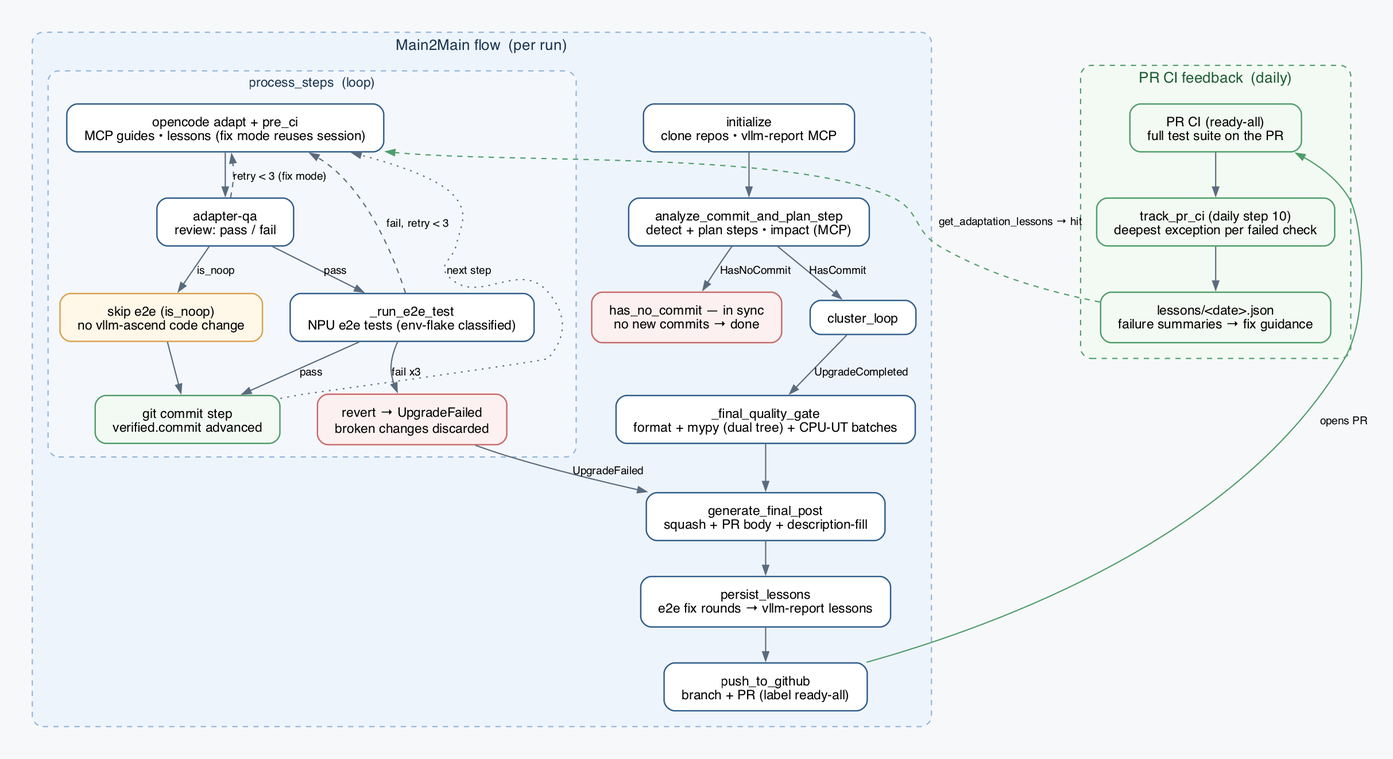
The Graphviz diagram docs/images/workflow.png in vllm-ascend/main2main_flow, before a commit. Its source is kept beside it as docs/images/workflow.dot. Source of this version:
```dot
digraph main2main_flow {
  rankdir=TB;
  bgcolor="#f7f8fa";
  fontname="Helvetica";
  pad=0.4; nodesep=0.45; ranksep=0.55;

  node [shape=box, style="rounded,filled", fontname="Helvetica",
        fontsize=15, color="#2f5d8a", fillcolor="#ffffff", penwidth=1.6,
        margin="0.28,0.16"];
  edge [fontname="Helvetica", fontsize=12.5, color="#5a6b7d", penwidth=1.4];

  subgraph cluster_main {
    label="Main2Main flow  (per run)";
    labelloc=t; fontsize=17; fontcolor="#1a3550";
    style="rounded,dashed"; color="#8fb4d9"; penwidth=1.4; bgcolor="#eef4fb";
    margin=18;

    init   [label="initialize\nclone repos • vllm-report MCP"];
    analyze [label="analyze_commit_and_plan_step\ndetect + plan steps • impact (MCP)"];
    nocommit [label="has_no_commit — in sync\nno new commits → done",
              fillcolor="#fdf0f0", color="#c96a6a"];

    subgraph cluster_loop {
      label="process_steps  (loop)";
      labelloc=t; fontsize=15; fontcolor="#1a3550";
      style="rounded,dashed"; color="#8fb4d9"; bgcolor="#f4f8fd"; margin=14;

      adapter [label="opencode adapt + pre_ci\nMCP guides • lessons (fix mode reuses session)"];
      qa      [label="adapter-qa\nreview: pass / fail"];
      e2e     [label="_run_e2e_test\nNPU e2e tests (env-flake classified)"];
      noop    [label="skip e2e (is_noop)\nno vllm-ascend code change",
               fillcolor="#fff7e8", color="#d9a14f"];
      commit  [label="git commit step\nverified.commit advanced",
               fillcolor="#f3faf3", color="#4f9d6b"];
      revert  [label="revert → UpgradeFailed\nbroken changes discarded",
               fillcolor="#fdf0f0", color="#c96a6a"];
    }

    gate    [label="_final_quality_gate\nformat + mypy (dual tree) + CPU-UT batches"];
    post    [label="generate_final_post\nsquash + PR body + description-fill"];
    lessons [label="persist_lessons\ne2e fix rounds → vllm-report lessons"];
    push    [label="push_to_github\nbranch + PR (label ready-all)"];

    init -> analyze;
    analyze -> nocommit [label="HasNoCommit"];
    analyze -> cluster_loop [label="HasCommit", lhead=cluster_loop];
    adapter -> qa;
    qa -> adapter [label="retry < 3 (fix mode)", style=dashed, constraint=false];
    qa -> e2e [label="pass"];
    qa -> noop [label="is_noop"];
    noop -> commit;
    e2e -> commit [label="pass"];
    e2e -> adapter [label="fail, retry < 3", style=dashed, constraint=false];
    e2e -> revert [label="fail x3"];
    commit -> adapter [label="next step", style=dotted, constraint=false];
    cluster_loop -> gate [label="UpgradeCompleted", ltail=cluster_loop];
    revert -> post [label="UpgradeFailed", constraint=false];
    gate -> post;
    post -> lessons;
    lessons -> push;
  }

  subgraph cluster_loop2 {
    label="PR CI feedback  (daily)";
    labelloc=t; fontsize=17; fontcolor="#1f5c33";
    style="rounded,dashed"; color="#4f9d6b"; penwidth=1.4; bgcolor="#f3faf3";
    margin=18;

    pcci  [label="PR CI (ready-all)\nfull test suite on the PR",
           fillcolor="#f3faf3", color="#4f9d6b"];
    track [label="track_pr_ci (daily step 10)\ndeepest exception per failed check",
           fillcolor="#f3faf3", color="#4f9d6b"];
    lsn   [label="lessons/<date>.json\nfailure summaries → fix guidance",
           fillcolor="#f3faf3", color="#4f9d6b"];

    pcci -> track;
    track -> lsn;
  }

  push -> pcci [label="opens PR", color="#4f9d6b", constraint=false];
  lsn -> adapter [label="get_adaptation_lessons → hit", style=dashed,
                  color="#4f9d6b", constraint=false];
}
```
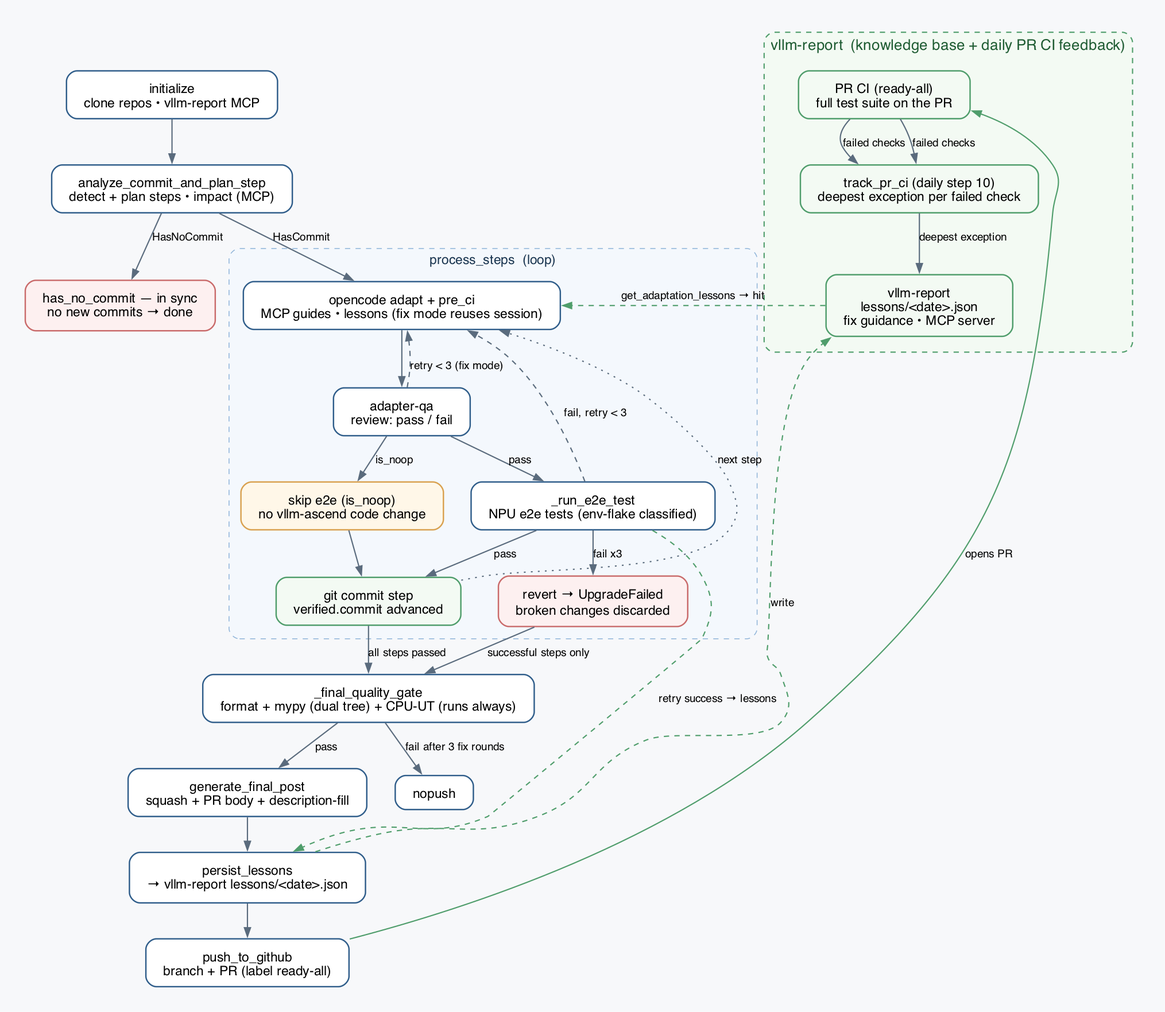
Later version of the same file.

What changed in the source:
```diff
@@ -9,11 +9,6 @@
         margin="0.28,0.16"];
   edge [fontname="Helvetica", fontsize=12.5, color="#5a6b7d", penwidth=1.4];
 
-  subgraph cluster_main {
-    label="Main2Main flow  (per run)";
-    labelloc=t; fontsize=17; fontcolor="#1a3550";
-    style="rounded,dashed"; color="#8fb4d9"; penwidth=1.4; bgcolor="#eef4fb";
-    margin=18;
 
     init   [label="initialize\nclone repos • vllm-report MCP"];
     analyze [label="analyze_commit_and_plan_step\ndetect + plan steps • impact (MCP)"];
@@ -36,14 +31,14 @@
                fillcolor="#fdf0f0", color="#c96a6a"];
     }
 
-    gate    [label="_final_quality_gate\nformat + mypy (dual tree) + CPU-UT batches"];
+    gate    [label="_final_quality_gate\nformat + mypy (dual tree) + CPU-UT (runs always)"];
     post    [label="generate_final_post\nsquash + PR body + description-fill"];
-    lessons [label="persist_lessons\ne2e fix rounds → vllm-report lessons"];
+    lessons [label="persist_lessons\n→ vllm-report lessons/<date>.json"];
     push    [label="push_to_github\nbranch + PR (label ready-all)"];
 
     init -> analyze;
     analyze -> nocommit [label="HasNoCommit"];
-    analyze -> cluster_loop [label="HasCommit", lhead=cluster_loop];
+    analyze -> adapter [label="HasCommit"];
     adapter -> qa;
     qa -> adapter [label="retry < 3 (fix mode)", style=dashed, constraint=false];
     qa -> e2e [label="pass"];
@@ -53,12 +48,34 @@
     e2e -> adapter [label="fail, retry < 3", style=dashed, constraint=false];
     e2e -> revert [label="fail x3"];
     commit -> adapter [label="next step", style=dotted, constraint=false];
-    cluster_loop -> gate [label="UpgradeCompleted", ltail=cluster_loop];
-    revert -> post [label="UpgradeFailed", constraint=false];
-    gate -> post;
+    commit -> gate [label="all steps passed"];
+    e2e -> lessons [label="retry success → lessons", style=dashed,
+                    constraint=false, color="#4f9d6b"];
+    revert -> gate [label="successful steps only", constraint=false];
+    gate -> post [label="pass"];
+    gate -> nopush [label="fail after 3 fix rounds"];
     post -> lessons;
     lessons -> push;
+    lessons -> lsn [label="write", style=dashed, color="#4f9d6b",
+                    constraint=false];
+
+  subgraph cluster_vllm_report {
+    label="vllm-report  (knowledge base + daily PR CI feedback)";
+    labelloc=t; fontsize=17; fontcolor="#1f5c33";
+    style="rounded,dashed"; color="#4f9d6b"; penwidth=1.4; bgcolor="#f3faf3";
+    margin=18;
+
+    pcci  [label="PR CI (ready-all)\nfull test suite on the PR",
+           fillcolor="#f3faf3", color="#4f9d6b"];
+    track [label="track_pr_ci (daily step 10)\ndeepest exception per failed check",
+           fillcolor="#f3faf3", color="#4f9d6b"];
+    lsn   [label="vllm-report\nlessons/<date>.json\nfix guidance • MCP server",
+           fillcolor="#f3faf3", color="#4f9d6b"];
+
+    pcci -> track [label="failed checks"];
+    track -> lsn [label="deepest exception"];
   }
+
 
   subgraph cluster_loop2 {
     label="PR CI feedback  (daily)";
@@ -70,12 +87,9 @@
            fillcolor="#f3faf3", color="#4f9d6b"];
     track [label="track_pr_ci (daily step 10)\ndeepest exception per failed check",
            fillcolor="#f3faf3", color="#4f9d6b"];
-    lsn   [label="lessons/<date>.json\nfailure summaries → fix guidance",
-           fillcolor="#f3faf3", color="#4f9d6b"];
+    pcci -> track [label="failed checks"];
+  }
 
-    pcci -> track;
-    track -> lsn;
-  }
 
   push -> pcci [label="opens PR", color="#4f9d6b", constraint=false];
   lsn -> adapter [label="get_adaptation_lessons → hit", style=dashed,
```
